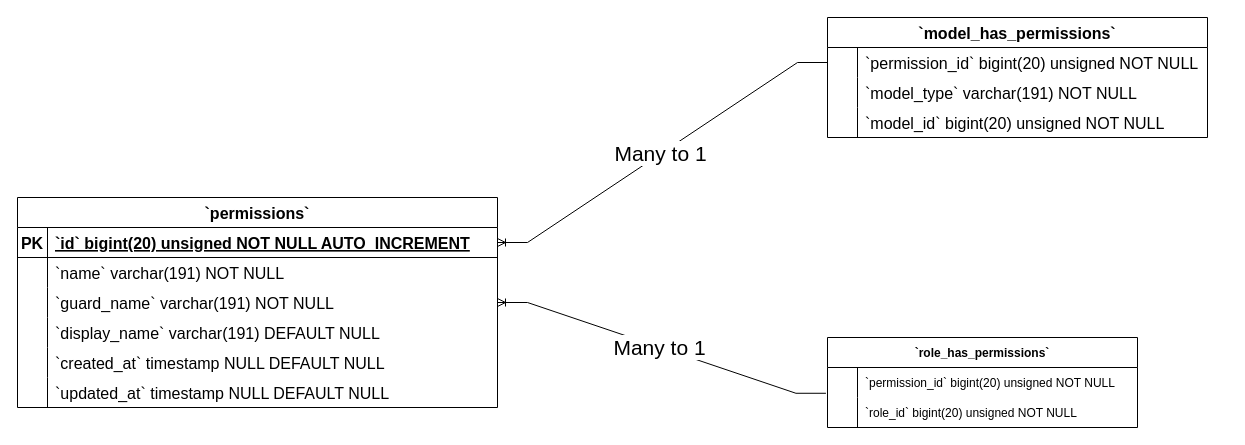
This is Permissions ERD Diagram.drawio from Simasco/diagram, a draw.io file, before an edit. Source tidied: cells renumbered, new cells numbered last; positions are measured from the earlier drawing's top-left corner, leaving out a move shared by most shapes. Both pictures are drawn from the tidied source at 100%, with x=0, y=0 at pixel (17, 17).
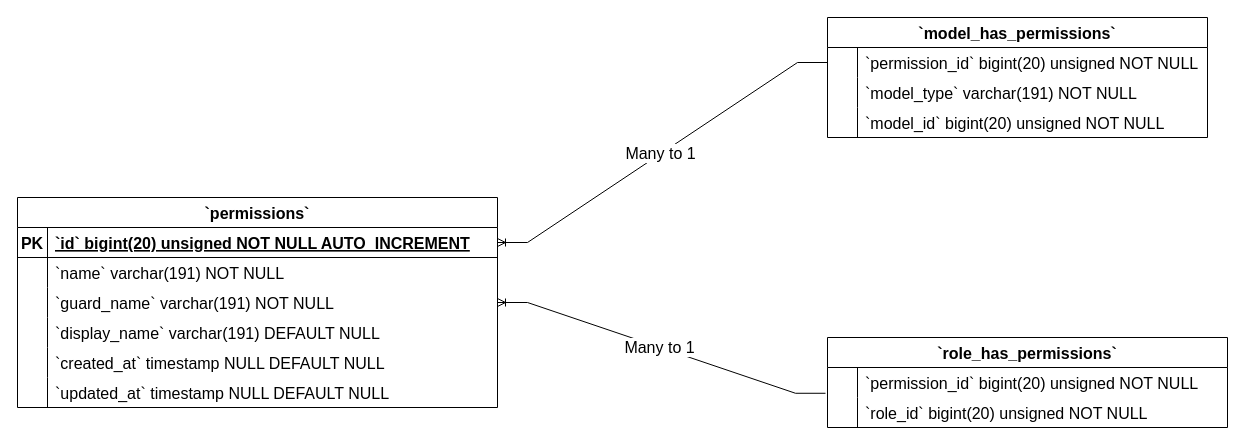
After the change.

The change refers to these unchanged cells:
```xml
<mxCell id="3" style="shape=tableRow;horizontal=0;startSize=0;swimlaneHead=0;swimlaneBody=0;fillColor=none;points=[[0,0.5],[1,0.5]];portConstraint=eastwest;strokeColor=inherit;top=0;left=0;right=0;bottom=1;fontSize=16;" parent="2" vertex="1">
  <mxGeometry y="30" width="480" height="30" as="geometry" />
</mxCell>
<mxCell id="9" style="shape=tableRow;horizontal=0;startSize=0;swimlaneHead=0;swimlaneBody=0;fillColor=none;points=[[0,0.5],[1,0.5]];portConstraint=eastwest;strokeColor=inherit;top=0;left=0;right=0;bottom=0;fontSize=16;" parent="2" vertex="1">
  <mxGeometry y="90" width="480" height="30" as="geometry" />
</mxCell>
<mxCell id="22" style="shape=tableRow;horizontal=0;startSize=0;swimlaneHead=0;swimlaneBody=0;fillColor=none;points=[[0,0.5],[1,0.5]];portConstraint=eastwest;strokeColor=inherit;top=0;left=0;right=0;bottom=0;fontSize=16;" parent="21" vertex="1">
  <mxGeometry y="30" width="380" height="30" as="geometry" />
</mxCell>
```

The edit, as a diff of the source:
```diff
@@
-    <mxCell id="31" style="edgeStyle=entityRelationEdgeStyle;fontSize=12;html=1;endArrow=ERoneToMany;rounded=0;exitX=0;exitY=0.5;exitDx=0;exitDy=0;" parent="1" edge="1" source="22" target="3">
+    <mxCell id="31" style="edgeStyle=entityRelationEdgeStyle;fontSize=16;html=1;endArrow=ERoneToMany;rounded=0;exitX=0;exitY=0.5;exitDx=0;exitDy=0;" parent="1" edge="1" source="22" target="3">
       <mxGeometry relative="1" as="geometry" />
     </mxCell>
-    <mxCell id="32" value="&lt;font style=&quot;font-size: 21px;&quot;&gt;Many to 1&lt;/font&gt;" style="edgeLabel;html=1;align=center;verticalAlign=middle;" parent="31" vertex="1">
+    <mxCell id="32" value="&lt;font style=&quot;font-size: 16px;&quot;&gt;Many to 1&lt;/font&gt;" style="edgeLabel;html=1;align=center;verticalAlign=middle;fontSize=16;" parent="31" vertex="1">
       <mxGeometry x="0.01" relative="1" as="geometry">
         <mxPoint x="-1" as="offset" />
       </mxGeometry>
     </mxCell>
-    <mxCell id="33" value="`role_has_permissions`" style="shape=table;startSize=30;childLayout=tableLayout;rowLines=0;fontStyle=1;align=center;" parent="1" vertex="1">
-      <mxGeometry x="810" y="320" width="310" height="90" as="geometry" />
+    <mxCell id="33" value="`role_has_permissions`" style="shape=table;startSize=30;childLayout=tableLayout;rowLines=0;fontStyle=1;align=center;fontSize=16;" parent="1" vertex="1">
+      <mxGeometry x="810" y="320" width="400" height="90" as="geometry" />
     </mxCell>
-    <mxCell id="34" style="shape=tableRow;horizontal=0;startSize=0;swimlaneHead=0;swimlaneBody=0;fillColor=none;strokeColor=inherit;top=0;left=0;right=0;bottom=0;" parent="33" vertex="1">
-      <mxGeometry y="30" width="310" height="30" as="geometry" />
+    <mxCell id="34" style="shape=tableRow;horizontal=0;startSize=0;swimlaneHead=0;swimlaneBody=0;fillColor=none;strokeColor=inherit;top=0;left=0;right=0;bottom=0;fontSize=16;" parent="33" vertex="1">
+      <mxGeometry y="30" width="400" height="30" as="geometry" />
     </mxCell>
-    <mxCell id="35" style="shape=partialRectangle;overflow=hidden;fillColor=none;strokeColor=inherit;top=0;left=0;bottom=0;right=0;" parent="34" vertex="1">
+    <mxCell id="35" style="shape=partialRectangle;overflow=hidden;fillColor=none;strokeColor=inherit;top=0;left=0;bottom=0;right=0;fontSize=16;" parent="34" vertex="1">
       <mxGeometry width="30" height="30" as="geometry" />
     </mxCell>
-    <mxCell id="36" value="`permission_id` bigint(20) unsigned NOT NULL" style="shape=partialRectangle;overflow=hidden;fillColor=none;align=left;strokeColor=inherit;top=0;left=0;bottom=0;right=0;spacingLeft=6;" parent="34" vertex="1">
-      <mxGeometry x="30" width="280" height="30" as="geometry" />
+    <mxCell id="36" value="`permission_id` bigint(20) unsigned NOT NULL" style="shape=partialRectangle;overflow=hidden;fillColor=none;align=left;strokeColor=inherit;top=0;left=0;bottom=0;right=0;spacingLeft=6;fontSize=16;" parent="34" vertex="1">
+      <mxGeometry x="30" width="370" height="30" as="geometry" />
     </mxCell>
-    <mxCell id="37" style="shape=tableRow;horizontal=0;startSize=0;swimlaneHead=0;swimlaneBody=0;fillColor=none;points=[[0,0.5],[1,0.5]];portConstraint=eastwest;strokeColor=inherit;top=0;left=0;right=0;bottom=0;" parent="33" vertex="1">
-      <mxGeometry y="60" width="310" height="30" as="geometry" />
+    <mxCell id="37" style="shape=tableRow;horizontal=0;startSize=0;swimlaneHead=0;swimlaneBody=0;fillColor=none;points=[[0,0.5],[1,0.5]];portConstraint=eastwest;strokeColor=inherit;top=0;left=0;right=0;bottom=0;fontSize=16;" parent="33" vertex="1">
+      <mxGeometry y="60" width="400" height="30" as="geometry" />
     </mxCell>
-    <mxCell id="38" style="shape=partialRectangle;overflow=hidden;fillColor=none;strokeColor=inherit;top=0;left=0;bottom=0;right=0;" parent="37" vertex="1">
+    <mxCell id="38" style="shape=partialRectangle;overflow=hidden;fillColor=none;strokeColor=inherit;top=0;left=0;bottom=0;right=0;fontSize=16;" parent="37" vertex="1">
       <mxGeometry width="30" height="30" as="geometry" />
     </mxCell>
-    <mxCell id="39" value="`role_id` bigint(20) unsigned NOT NULL" style="shape=partialRectangle;overflow=hidden;fillColor=none;align=left;strokeColor=inherit;top=0;left=0;bottom=0;right=0;spacingLeft=6;" parent="37" vertex="1">
-      <mxGeometry x="30" width="280" height="30" as="geometry" />
+    <mxCell id="39" value="`role_id` bigint(20) unsigned NOT NULL" style="shape=partialRectangle;overflow=hidden;fillColor=none;align=left;strokeColor=inherit;top=0;left=0;bottom=0;right=0;spacingLeft=6;fontSize=16;" parent="37" vertex="1">
+      <mxGeometry x="30" width="370" height="30" as="geometry" />
     </mxCell>
-    <mxCell id="40" style="edgeStyle=entityRelationEdgeStyle;fontSize=12;html=1;endArrow=ERoneToMany;rounded=0;exitX=-0.005;exitY=-0.141;exitDx=0;exitDy=0;entryX=1;entryY=0.5;entryDx=0;entryDy=0;exitPerimeter=0;" parent="1" edge="1" source="37" target="9">
+    <mxCell id="40" style="edgeStyle=entityRelationEdgeStyle;fontSize=16;html=1;endArrow=ERoneToMany;rounded=0;exitX=-0.005;exitY=-0.141;exitDx=0;exitDy=0;entryX=1;entryY=0.5;entryDx=0;entryDy=0;exitPerimeter=0;" parent="1" edge="1" source="37" target="9">
       <mxGeometry relative="1" as="geometry" />
     </mxCell>
-    <mxCell id="41" value="&lt;font style=&quot;font-size: 21px;&quot;&gt;Many to 1&lt;/font&gt;" style="edgeLabel;html=1;align=center;verticalAlign=middle;" parent="40" vertex="1">
+    <mxCell id="41" value="&lt;font style=&quot;font-size: 16px;&quot;&gt;Many to 1&lt;/font&gt;" style="edgeLabel;html=1;align=center;verticalAlign=middle;fontSize=16;" parent="40" vertex="1">
       <mxGeometry x="0.01" relative="1" as="geometry">
         <mxPoint x="-1" as="offset" />
       </mxGeometry>
     </mxCell>
```
